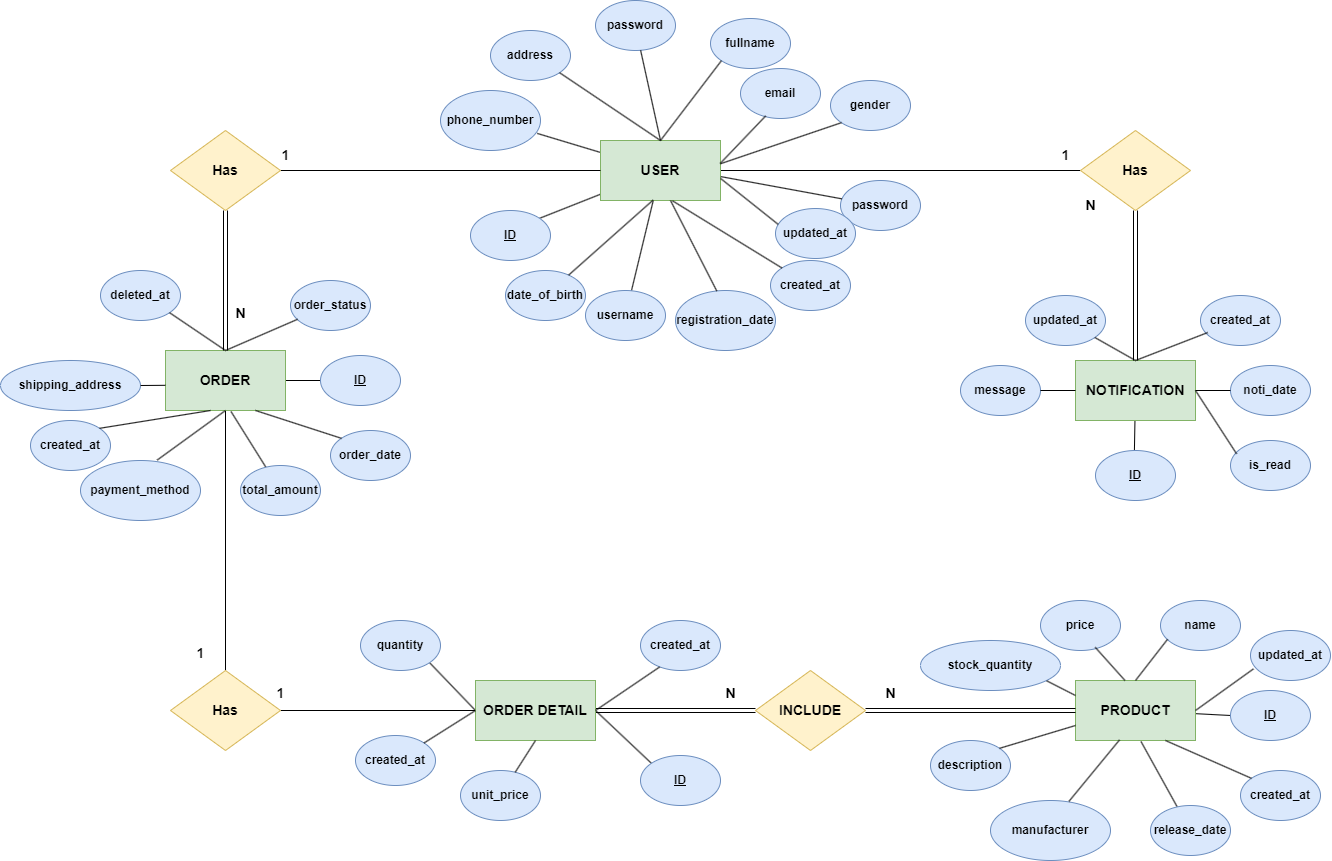
Before: images/hieu/chap-3/full-database-diagram.png, a diagram exported from draw.io (LittleLegend-Pengiun/Thesis-ecommerce-k8s). Source tidied: cells renumbered, new cells last; positions are measured from the earlier drawing's top-left corner, leaving out a move shared by most shapes.
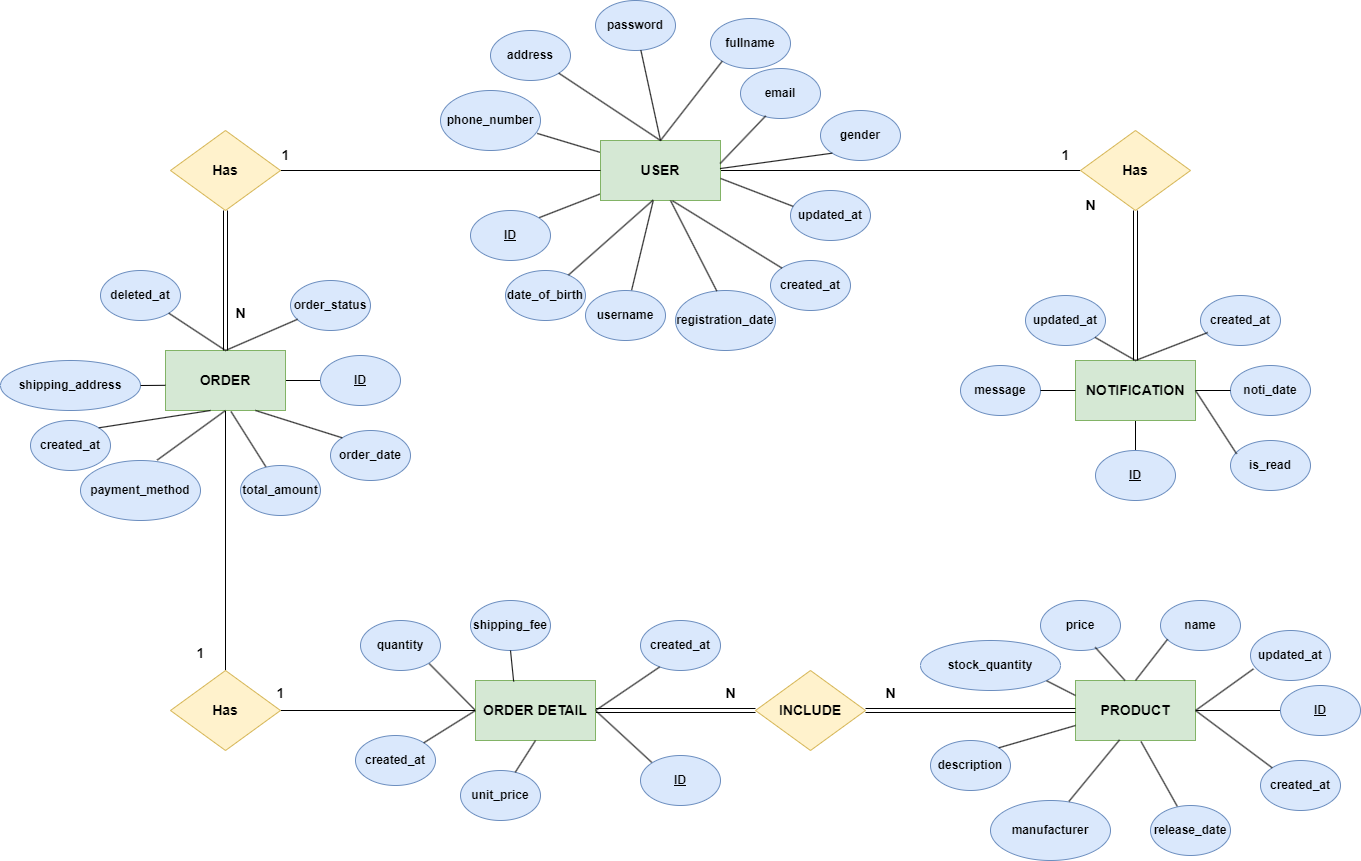
Above is the later version.

What changed in the source:
```diff
@@ -107,18 +107,12 @@
     <mxCell id="36" value="address" style="ellipse;whiteSpace=wrap;html=1;fontStyle=1;fillColor=#dae8fc;strokeColor=#6c8ebf;" parent="1" vertex="1">
       <mxGeometry x="490" y="30" width="80" height="50" as="geometry" />
     </mxCell>
-    <mxCell id="37" value="password" style="ellipse;whiteSpace=wrap;html=1;fontStyle=1;fillColor=#dae8fc;strokeColor=#6c8ebf;" parent="1" vertex="1">
-      <mxGeometry x="840" y="180" width="80" height="50" as="geometry" />
-    </mxCell>
     <mxCell id="38" value="email" style="ellipse;whiteSpace=wrap;html=1;fontStyle=1;fillColor=#dae8fc;strokeColor=#6c8ebf;" parent="1" vertex="1">
       <mxGeometry x="740" y="68" width="80" height="50" as="geometry" />
     </mxCell>
     <mxCell id="39" style="rounded=0;jettySize=auto;html=1;endArrow=none;endFill=0;fontStyle=1;exitX=0.439;exitY=0.992;exitDx=0;exitDy=0;exitPerimeter=0;" parent="1" edge="1" source="6" target="33">
       <mxGeometry relative="1" as="geometry" />
     </mxCell>
-    <mxCell id="40" style="rounded=0;jettySize=auto;html=1;endArrow=none;endFill=0;fontStyle=1;exitX=1.003;exitY=0.602;exitDx=0;exitDy=0;exitPerimeter=0;" parent="1" edge="1" source="6" target="37">
-      <mxGeometry relative="1" as="geometry" />
-    </mxCell>
     <mxCell id="41" style="rounded=0;jettySize=auto;html=1;endArrow=none;endFill=0;fontStyle=1;entryX=0.315;entryY=0.948;entryDx=0;entryDy=0;exitX=0.997;exitY=0.384;exitDx=0;exitDy=0;exitPerimeter=0;entryPerimeter=0;" parent="1" edge="1" source="6" target="38">
       <mxGeometry relative="1" as="geometry" />
     </mxCell>
@@ -193,16 +187,16 @@
       <mxGeometry relative="1" as="geometry" />
     </mxCell>
     <mxCell id="64" value="gender" style="ellipse;whiteSpace=wrap;html=1;fontStyle=1;fillColor=#dae8fc;strokeColor=#6c8ebf;" parent="1" vertex="1">
-      <mxGeometry x="830" y="80" width="80" height="50" as="geometry" />
+      <mxGeometry x="820" y="110" width="80" height="50" as="geometry" />
     </mxCell>
-    <mxCell id="65" style="rounded=0;jettySize=auto;html=1;endArrow=none;endFill=0;fontStyle=1;entryX=0;entryY=1;entryDx=0;entryDy=0;exitX=1.002;exitY=0.386;exitDx=0;exitDy=0;exitPerimeter=0;" parent="1" edge="1" source="6" target="64">
+    <mxCell id="65" style="rounded=0;jettySize=auto;html=1;endArrow=none;endFill=0;fontStyle=1;entryX=0;entryY=1;entryDx=0;entryDy=0;exitX=0.996;exitY=0.468;exitDx=0;exitDy=0;exitPerimeter=0;" parent="1" edge="1" source="6" target="64">
       <mxGeometry relative="1" as="geometry" />
     </mxCell>
     <mxCell id="66" value="registration_date" style="ellipse;whiteSpace=wrap;html=1;fontStyle=1;fillColor=#dae8fc;strokeColor=#6c8ebf;" parent="1" vertex="1">
       <mxGeometry x="675" y="290" width="100" height="60" as="geometry" />
     </mxCell>
     <mxCell id="67" value="updated_at" style="ellipse;whiteSpace=wrap;html=1;fontStyle=1;fillColor=#dae8fc;strokeColor=#6c8ebf;" parent="1" vertex="1">
-      <mxGeometry x="775" y="208" width="80" height="50" as="geometry" />
+      <mxGeometry x="790" y="190" width="80" height="50" as="geometry" />
     </mxCell>
     <mxCell id="68" value="created_at" style="ellipse;whiteSpace=wrap;html=1;fontStyle=1;fillColor=#dae8fc;strokeColor=#6c8ebf;" parent="1" vertex="1">
       <mxGeometry x="770" y="260" width="80" height="50" as="geometry" />
@@ -263,13 +257,13 @@
       <mxGeometry x="1075" y="680" width="120" height="60" as="geometry" />
     </mxCell>
     <mxCell id="86" value="&lt;u&gt;ID&lt;/u&gt;" style="ellipse;whiteSpace=wrap;html=1;fontStyle=1;fillColor=#dae8fc;strokeColor=#6c8ebf;" parent="1" vertex="1">
-      <mxGeometry x="1230" y="690" width="80" height="50" as="geometry" />
+      <mxGeometry x="1280" y="685" width="80" height="50" as="geometry" />
     </mxCell>
     <mxCell id="87" value="release_date" style="ellipse;whiteSpace=wrap;html=1;fontStyle=1;fillColor=#dae8fc;strokeColor=#6c8ebf;" parent="1" vertex="1">
       <mxGeometry x="1150" y="805" width="80" height="50" as="geometry" />
     </mxCell>
     <mxCell id="88" value="created_at" style="ellipse;whiteSpace=wrap;html=1;fontStyle=1;fillColor=#dae8fc;strokeColor=#6c8ebf;" parent="1" vertex="1">
-      <mxGeometry x="1240" y="770" width="80" height="50" as="geometry" />
+      <mxGeometry x="1260" y="760" width="80" height="50" as="geometry" />
     </mxCell>
     <mxCell id="89" value="price" style="ellipse;whiteSpace=wrap;html=1;fontStyle=1;fillColor=#dae8fc;strokeColor=#6c8ebf;" parent="1" vertex="1">
       <mxGeometry x="1040" y="600" width="80" height="50" as="geometry" />
@@ -280,7 +274,7 @@
     <mxCell id="91" value="description" style="ellipse;whiteSpace=wrap;html=1;fontStyle=1;fillColor=#dae8fc;strokeColor=#6c8ebf;" parent="1" vertex="1">
       <mxGeometry x="930" y="740" width="80" height="50" as="geometry" />
     </mxCell>
-    <mxCell id="92" style="rounded=0;jettySize=auto;html=1;endArrow=none;endFill=0;fontStyle=1;entryX=0;entryY=0;entryDx=0;entryDy=0;exitX=0.75;exitY=1;exitDx=0;exitDy=0;" parent="1" edge="1" source="85" target="88">
+    <mxCell id="92" style="rounded=0;jettySize=auto;html=1;endArrow=none;endFill=0;fontStyle=1;entryX=0;entryY=0;entryDx=0;entryDy=0;exitX=1;exitY=0.5;exitDx=0;exitDy=0;" parent="1" edge="1" source="85" target="88">
       <mxGeometry relative="1" as="geometry" />
     </mxCell>
     <mxCell id="93" style="rounded=0;jettySize=auto;html=1;endArrow=none;endFill=0;fontStyle=1;entryX=1;entryY=0;entryDx=0;entryDy=0;exitX=0;exitY=0.75;exitDx=0;exitDy=0;" parent="1" edge="1" source="85" target="91">
@@ -331,5 +325,11 @@
     <mxCell id="108" value="N" style="text;html=1;align=center;verticalAlign=middle;strokeColor=none;fillColor=none;fontStyle=1;fontSize=14;" parent="1" vertex="1">
       <mxGeometry x="225" y="298" width="30" height="30" as="geometry" />
     </mxCell>
+    <mxCell id="109" value="shipping_fee" style="ellipse;whiteSpace=wrap;html=1;fontStyle=1;fillColor=#dae8fc;strokeColor=#6c8ebf;" parent="1" vertex="1">
+      <mxGeometry x="470" y="600" width="80" height="50" as="geometry" />
+    </mxCell>
+    <mxCell id="110" style="rounded=0;jettySize=auto;html=1;entryX=0.5;entryY=1;entryDx=0;entryDy=0;endArrow=none;endFill=0;fontStyle=1;exitX=0.318;exitY=0.017;exitDx=0;exitDy=0;exitPerimeter=0;" parent="1" edge="1" source="17" target="109">
+      <mxGeometry relative="1" as="geometry" />
+    </mxCell>
   </root>
 </mxGraphModel>
```
